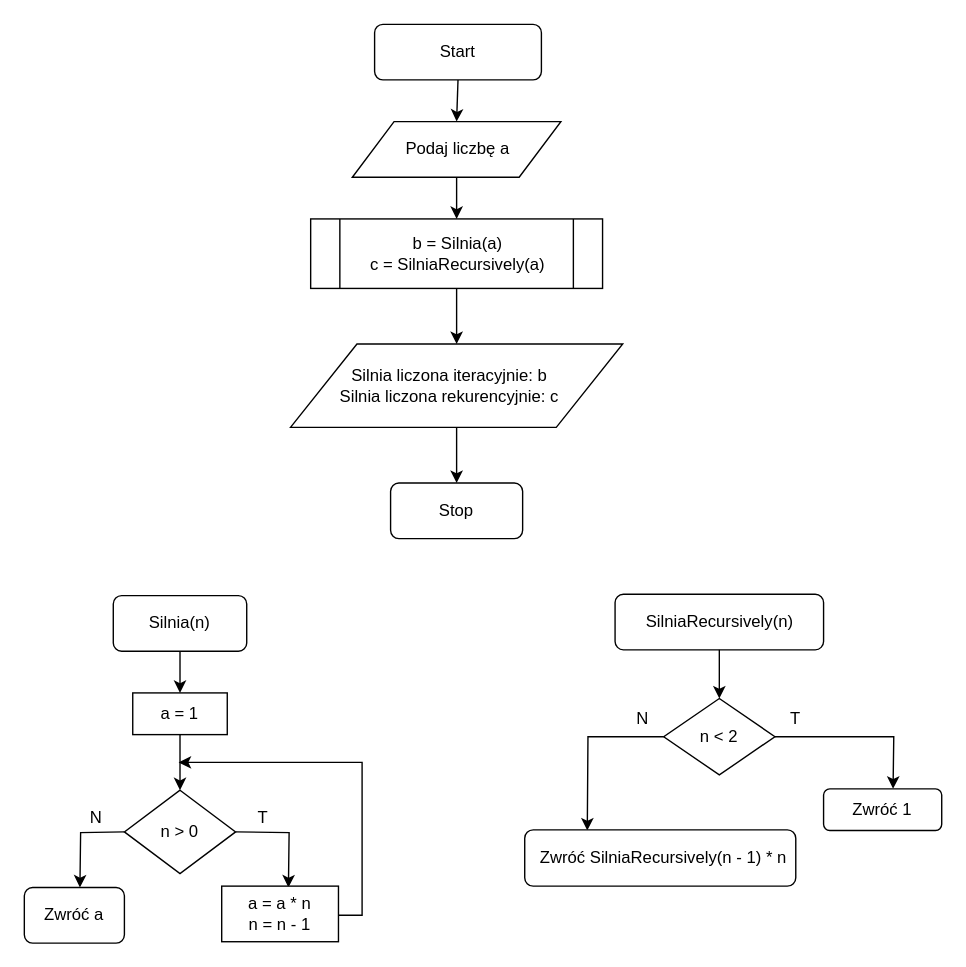
The draw.io diagram C++/Lab03/3.3.drawio in Ark223/Uni-Programming, before the edit. Source tidied: cells renumbered, new cells numbered last; positions are measured from the earlier drawing's top-left corner, leaving out a move shared by most shapes. Both pictures are drawn from the tidied source at 139%, with x=0, y=0 at pixel (24, 24).
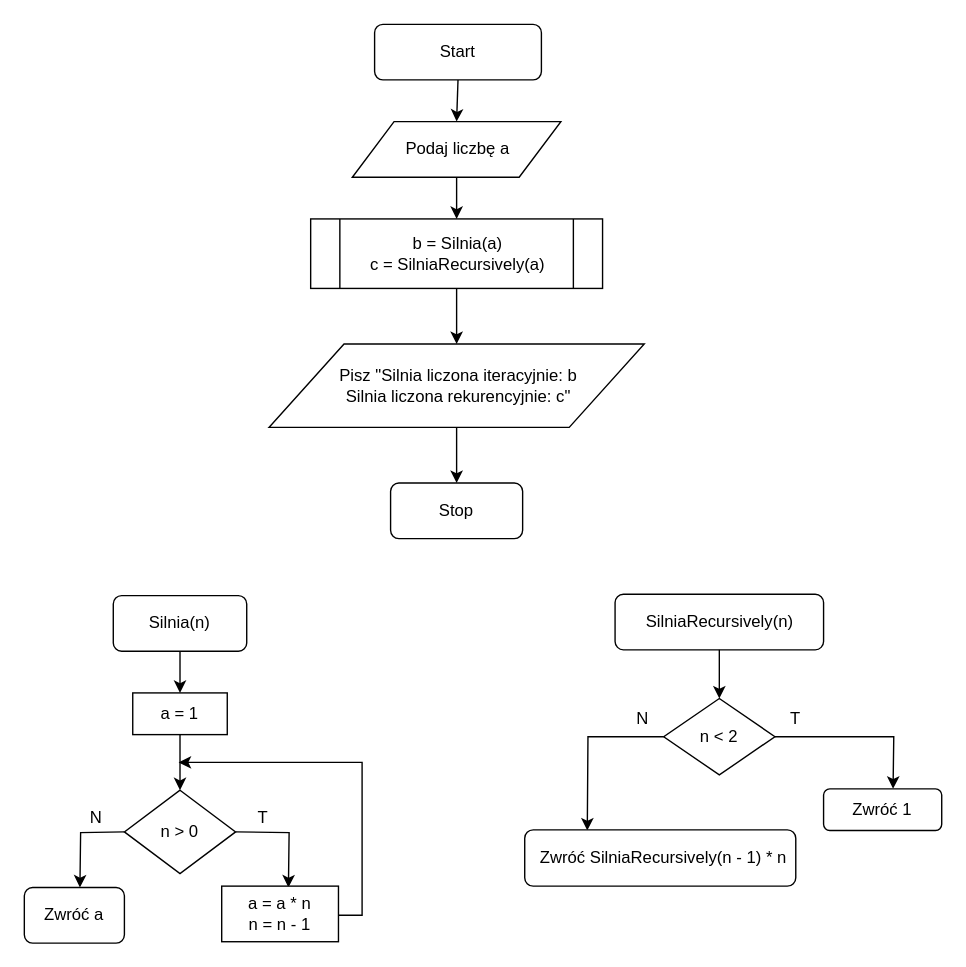
The same diagram, later.

Diff of the diagram source:
```diff
@@
     <mxCell id="38" style="shape=parallelogram;perimeter=parallelogramPerimeter;whiteSpace=wrap;html=1;" parent="1" vertex="1">
-      <mxGeometry x="191.5" y="230" width="239" height="60" as="geometry" />
+      <mxGeometry x="176" y="230" width="270" height="60" as="geometry" />
     </mxCell>
-    <mxCell id="39" value="Silnia liczona iteracyjnie: b&lt;br&gt;Silnia liczona rekurencyjnie: c" style="text;html=1;strokeColor=none;fillColor=none;align=center;verticalAlign=middle;whiteSpace=wrap;rounded=0;" parent="1" vertex="1">
-      <mxGeometry x="220.5" y="240" width="170" height="40" as="geometry" />
+    <mxCell id="39" value="Pisz &quot;Silnia liczona iteracyjnie: b&lt;br&gt;Silnia liczona rekurencyjnie: c&quot;" style="text;html=1;strokeColor=none;fillColor=none;align=center;verticalAlign=middle;whiteSpace=wrap;rounded=0;" parent="1" vertex="1">
+      <mxGeometry x="219.8" y="240" width="184.5" height="40" as="geometry" />
     </mxCell>
```
